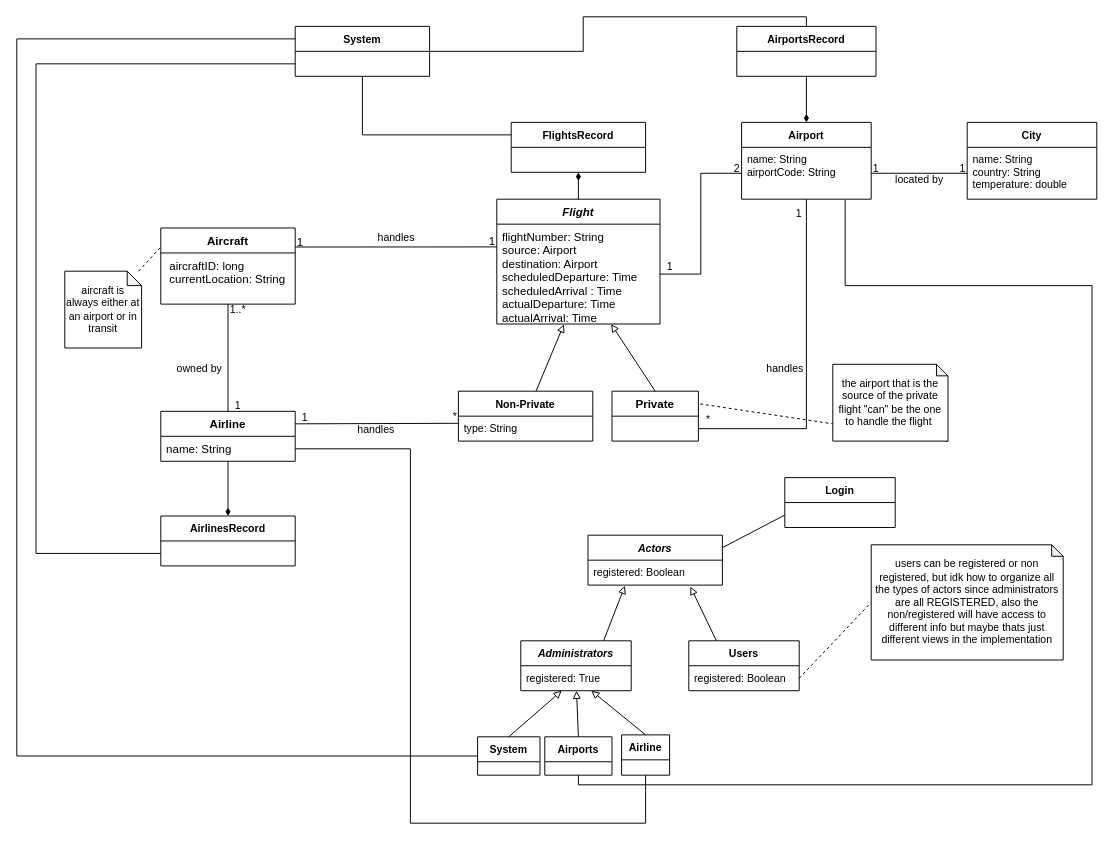
The draw.io diagram documentation/domainModel.drawio in naikajb/SOEN342, before the edit. Source tidied: cells renumbered, new cells numbered last; positions are measured from the earlier drawing's top-left corner, leaving out a move shared by most shapes. Both pictures are drawn from the tidied source at 96%, with x=0, y=0 at pixel (16, 26).
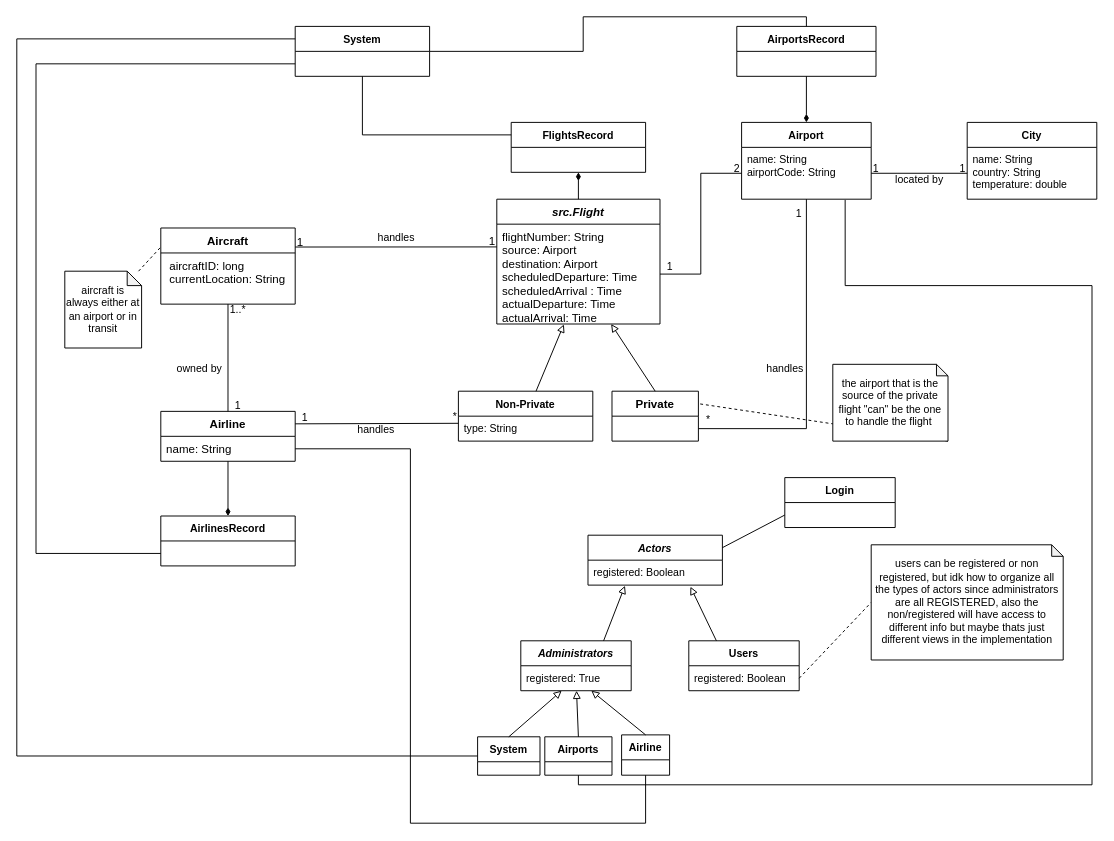
The same diagram, later.

The change refers to these unchanged cells:
```xml
<mxCell id="19" style="group;" parent="1" vertex="1">
  <mxGeometry x="480" y="180" width="190" height="130" as="geometry" />
</mxCell>
```

Diff of the diagram source:
```diff
@@
-    <mxCell id="21" value="Flight" style="swimlane;fontStyle=3;horizontal=1;startSize=26;fillColor=none;" parent="19" vertex="1">
+    <mxCell id="21" value="src.Flight" style="swimlane;fontStyle=3;horizontal=1;startSize=26;fillColor=none;" parent="19" vertex="1">
       <mxGeometry x="20" width="170" height="130" as="geometry" />
     </mxCell>
```
